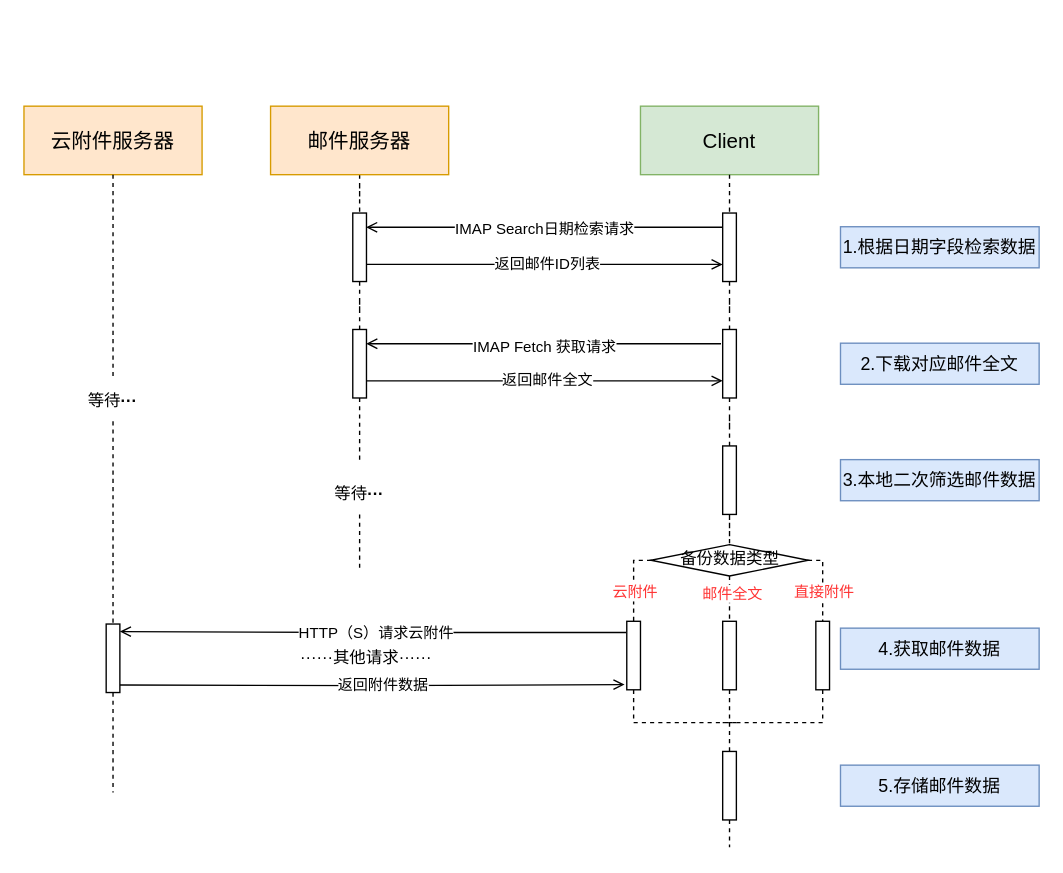
Above: page "第 21 页" (21 of 21) of 架构图1.drawio in GreenTee-color/Documents (draw.io), before the change. Source tidied: cells renumbered, new cells numbered last; positions are measured from the earlier drawing's top-left corner, leaving out a move shared by most shapes. Both pictures are drawn from the tidied source at 137%, with x=0, y=0 at pixel (23, 105).
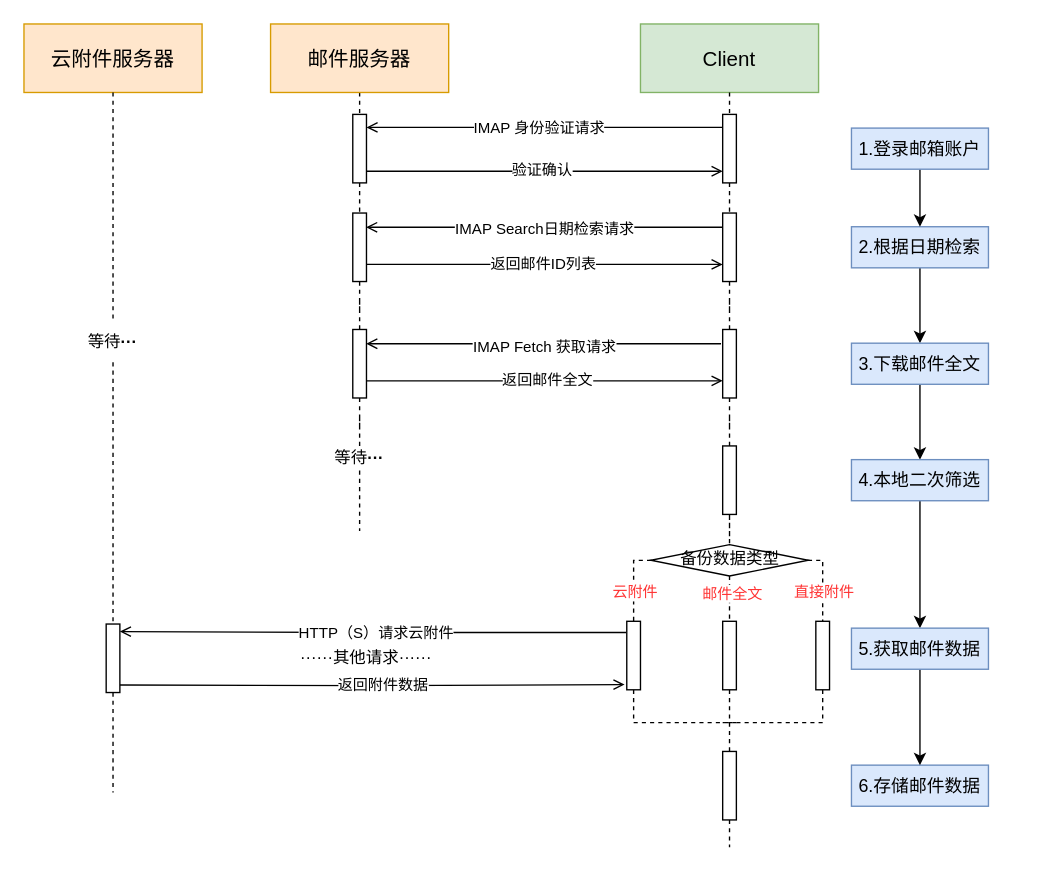
The same diagram, later.

Commit message:
更新架构图1.drawio

The change refers to these unchanged cells:
```xml
<mxCell id="9" style="rounded=0;whiteSpace=wrap;html=1;" parent="1" vertex="1">
  <mxGeometry x="510" y="78" width="10" height="50" as="geometry" />
</mxCell>
<mxCell id="10" style="rounded=0;jettySize=auto;html=1;entryX=0;entryY=0.75;entryDx=0;entryDy=0;exitX=1;exitY=0.75;exitDx=0;exitDy=0;endArrow=open;endFill=0;" parent="1" edge="1" source="24" target="9">
  <mxGeometry relative="1" as="geometry" />
</mxCell>
<mxCell id="26" style="rounded=0;whiteSpace=wrap;html=1;" parent="1" vertex="1">
  <mxGeometry x="240" y="163" width="10" height="50" as="geometry" />
</mxCell>
```

Diff of the diagram source:
```diff
@@
     <mxCell id="3" value="邮件服务器" style="rounded=0;whiteSpace=wrap;html=1;fontSize=15;fillColor=#ffe6cc;strokeColor=#d79b00;" parent="1" vertex="1">
-      <mxGeometry x="180" width="130" height="50" as="geometry" />
+      <mxGeometry x="180" y="-60" width="130" height="50" as="geometry" />
     </mxCell>
     <mxCell id="4" value="Client" style="rounded=0;whiteSpace=wrap;html=1;fontSize=15;fillColor=#d5e8d4;strokeColor=#82b366;" parent="1" vertex="1">
-      <mxGeometry x="450" width="130" height="50" as="geometry" />
+      <mxGeometry x="450" y="-60" width="130" height="50" as="geometry" />
     </mxCell>
-    <mxCell id="5" style="edgeStyle=orthogonalEdgeStyle;rounded=0;jettySize=auto;html=1;entryX=0.5;entryY=0;entryDx=0;entryDy=0;exitX=0.5;exitY=1;exitDx=0;exitDy=0;endArrow=none;endFill=0;dashed=1;" parent="1" edge="1" source="4" target="9">
+    <mxCell id="5" style="edgeStyle=orthogonalEdgeStyle;rounded=0;jettySize=auto;html=1;entryX=0.5;entryY=0;entryDx=0;entryDy=0;exitX=0.5;exitY=1;exitDx=0;exitDy=0;endArrow=none;endFill=0;dashed=1;" parent="1" edge="1" source="64" target="9">
       <mxGeometry relative="1" as="geometry" />
     </mxCell>
@@
     <mxCell id="11" value="返回邮件ID列表" style="edgeLabel;html=1;align=center;verticalAlign=middle;" parent="10" vertex="1">
       <mxGeometry x="0.15" y="1" relative="1" as="geometry">
-        <mxPoint x="-19" as="offset" />
+        <mxPoint x="-22" as="offset" />
       </mxGeometry>
     </mxCell>
+    <mxCell id="57" style="edgeStyle=orthogonalEdgeStyle;rounded=0;jettySize=auto;html=1;entryX=0.5;entryY=0;entryDx=0;entryDy=0;" parent="1" edge="1" source="12" target="21">
+      <mxGeometry relative="1" as="geometry" />
+    </mxCell>
-    <mxCell id="12" value="1.根据日期字段&lt;span style=&quot;background-color: initial; font-size: 13px;&quot;&gt;检索数据&lt;/span&gt;" style="text;html=1;align=center;verticalAlign=middle;whiteSpace=wrap;rounded=0;fontSize=13;fillColor=#dae8fc;strokeColor=#6c8ebf;" parent="1" vertex="1">
-      <mxGeometry x="596" y="88" width="145" height="30" as="geometry" />
+    <mxCell id="12" value="2.根据日期&lt;span style=&quot;background-color: initial; font-size: 13px;&quot;&gt;检索&lt;/span&gt;" style="text;html=1;align=center;verticalAlign=middle;whiteSpace=wrap;rounded=0;fontSize=13;fillColor=#dae8fc;strokeColor=#6c8ebf;" parent="1" vertex="1">
+      <mxGeometry x="604" y="88" width="100" height="30" as="geometry" />
     </mxCell>
@@
+    <mxCell id="58" style="edgeStyle=orthogonalEdgeStyle;rounded=0;jettySize=auto;html=1;entryX=0.5;entryY=0;entryDx=0;entryDy=0;" parent="1" edge="1" source="21" target="22">
+      <mxGeometry relative="1" as="geometry" />
+    </mxCell>
-    <mxCell id="21" value="2.下载对应&lt;span style=&quot;background-color: initial; font-size: 13px;&quot;&gt;邮件全文&lt;/span&gt;" style="text;html=1;align=center;verticalAlign=middle;whiteSpace=wrap;rounded=0;fontSize=13;fillColor=#dae8fc;strokeColor=#6c8ebf;" parent="1" vertex="1">
-      <mxGeometry x="596" y="173" width="145" height="30" as="geometry" />
+    <mxCell id="21" value="3.下载&lt;span style=&quot;background-color: initial; font-size: 13px;&quot;&gt;邮件全文&lt;/span&gt;" style="text;html=1;align=center;verticalAlign=middle;whiteSpace=wrap;rounded=0;fontSize=13;fillColor=#dae8fc;strokeColor=#6c8ebf;" parent="1" vertex="1">
+      <mxGeometry x="604" y="173" width="100" height="30" as="geometry" />
     </mxCell>
+    <mxCell id="59" style="edgeStyle=orthogonalEdgeStyle;rounded=0;jettySize=auto;html=1;entryX=0.5;entryY=0;entryDx=0;entryDy=0;" parent="1" edge="1" source="22" target="55">
+      <mxGeometry relative="1" as="geometry" />
+    </mxCell>
-    <mxCell id="22" value="3.本地二次筛选邮件数据" style="text;html=1;align=center;verticalAlign=middle;whiteSpace=wrap;rounded=0;fontSize=13;fillColor=#dae8fc;strokeColor=#6c8ebf;" parent="1" vertex="1">
-      <mxGeometry x="596" y="258" width="145" height="30" as="geometry" />
+    <mxCell id="22" value="4.本地二次筛选" style="text;html=1;align=center;verticalAlign=middle;whiteSpace=wrap;rounded=0;fontSize=13;fillColor=#dae8fc;strokeColor=#6c8ebf;" parent="1" vertex="1">
+      <mxGeometry x="604" y="258" width="100" height="30" as="geometry" />
     </mxCell>
@@
-    <mxCell id="25" style="edgeStyle=orthogonalEdgeStyle;rounded=0;jettySize=auto;html=1;endArrow=none;endFill=0;dashed=1;" parent="1" edge="1" source="26">
-      <mxGeometry relative="1" as="geometry">
-        <mxPoint x="245" y="258" as="targetPoint" />
-      </mxGeometry>
+    <mxCell id="25" style="edgeStyle=orthogonalEdgeStyle;rounded=0;jettySize=auto;html=1;endArrow=none;endFill=0;dashed=1;entryX=0.5;entryY=0;entryDx=0;entryDy=0;" parent="1" edge="1" source="26" target="28">
+      <mxGeometry relative="1" as="geometry" />
     </mxCell>
@@
     <mxCell id="27" style="edgeStyle=orthogonalEdgeStyle;rounded=0;jettySize=auto;html=1;dashed=1;endArrow=none;endFill=0;" parent="1" edge="1" source="28">
       <mxGeometry relative="1" as="geometry">
-        <mxPoint x="245" y="340" as="targetPoint" />
+        <mxPoint x="245" y="310" as="targetPoint" />
       </mxGeometry>
     </mxCell>
     <mxCell id="28" value="等待&lt;b&gt;···&lt;/b&gt;" style="text;html=1;align=center;verticalAlign=middle;whiteSpace=wrap;rounded=0;" parent="1" vertex="1">
-      <mxGeometry x="220" y="268" width="50" height="30" as="geometry" />
+      <mxGeometry x="220" y="248" width="50" height="18" as="geometry" />
     </mxCell>
@@
-    <mxCell id="46" value="5.存储邮件数据" style="text;html=1;align=center;verticalAlign=middle;whiteSpace=wrap;rounded=0;fontSize=13;fillColor=#dae8fc;strokeColor=#6c8ebf;" parent="1" vertex="1">
-      <mxGeometry x="596" y="481" width="145" height="30" as="geometry" />
+    <mxCell id="46" value="6.存储邮件数据" style="text;html=1;align=center;verticalAlign=middle;whiteSpace=wrap;rounded=0;fontSize=13;fillColor=#dae8fc;strokeColor=#6c8ebf;" parent="1" vertex="1">
+      <mxGeometry x="604" y="481" width="100" height="30" as="geometry" />
     </mxCell>
@@
     <mxCell id="50" value="云附件服务器" style="rounded=0;whiteSpace=wrap;html=1;fontSize=15;fillColor=#ffe6cc;strokeColor=#d79b00;" parent="1" vertex="1">
-      <mxGeometry width="130" height="50" as="geometry" />
+      <mxGeometry y="-60" width="130" height="50" as="geometry" />
     </mxCell>
@@
     <mxCell id="53" value="等待&lt;b&gt;···&lt;/b&gt;" style="text;html=1;align=center;verticalAlign=middle;whiteSpace=wrap;rounded=0;" parent="1" vertex="1">
-      <mxGeometry x="40" y="200" width="50" height="30" as="geometry" />
+      <mxGeometry x="40" y="157" width="50" height="30" as="geometry" />
     </mxCell>
@@
+    <mxCell id="60" style="edgeStyle=orthogonalEdgeStyle;rounded=0;jettySize=auto;html=1;entryX=0.5;entryY=0;entryDx=0;entryDy=0;" parent="1" edge="1" source="55" target="46">
+      <mxGeometry relative="1" as="geometry" />
+    </mxCell>
-    <mxCell id="55" value="4.获取邮件数据" style="text;html=1;align=center;verticalAlign=middle;whiteSpace=wrap;rounded=0;fontSize=13;fillColor=#dae8fc;strokeColor=#6c8ebf;" parent="1" vertex="1">
-      <mxGeometry x="596" y="381" width="145" height="30" as="geometry" />
+    <mxCell id="55" value="5.获取邮件数据" style="text;html=1;align=center;verticalAlign=middle;whiteSpace=wrap;rounded=0;fontSize=13;fillColor=#dae8fc;strokeColor=#6c8ebf;" parent="1" vertex="1">
+      <mxGeometry x="604" y="381" width="100" height="30" as="geometry" />
     </mxCell>
@@
+    <mxCell id="61" style="edgeStyle=orthogonalEdgeStyle;rounded=0;jettySize=auto;html=1;entryX=0.5;entryY=0;entryDx=0;entryDy=0;exitX=0.5;exitY=1;exitDx=0;exitDy=0;endArrow=none;endFill=0;dashed=1;" parent="1" edge="1" source="4" target="64">
+      <mxGeometry relative="1" as="geometry" />
+    </mxCell>
+    <mxCell id="62" style="edgeStyle=orthogonalEdgeStyle;rounded=0;orthogonalLoop=1;jettySize=auto;html=1;entryX=1;entryY=0.25;entryDx=0;entryDy=0;endArrow=open;endFill=0;" parent="1" edge="1">
+      <mxGeometry relative="1" as="geometry">
+        <mxPoint x="510" y="15.5" as="sourcePoint" />
+        <mxPoint x="250" y="15.5" as="targetPoint" />
+        <Array as="points">
+          <mxPoint x="380" y="16" />
+        </Array>
+      </mxGeometry>
+    </mxCell>
+    <mxCell id="63" value="IMAP 身份验证请求" style="edgeLabel;html=1;align=center;verticalAlign=middle;" parent="62" vertex="1">
+      <mxGeometry x="0.12" relative="1" as="geometry">
+        <mxPoint x="11" as="offset" />
+      </mxGeometry>
+    </mxCell>
+    <mxCell id="64" style="rounded=0;whiteSpace=wrap;html=1;" parent="1" vertex="1">
+      <mxGeometry x="510" y="6" width="10" height="50" as="geometry" />
+    </mxCell>
+    <mxCell id="65" style="rounded=0;whiteSpace=wrap;html=1;" parent="1" vertex="1">
+      <mxGeometry x="240" y="6" width="10" height="50" as="geometry" />
+    </mxCell>
+    <mxCell id="66" style="edgeStyle=orthogonalEdgeStyle;rounded=0;orthogonalLoop=1;jettySize=auto;html=1;entryX=0;entryY=0.75;entryDx=0;entryDy=0;exitX=1;exitY=0.75;exitDx=0;exitDy=0;endArrow=open;endFill=0;" parent="1" edge="1">
+      <mxGeometry relative="1" as="geometry">
+        <mxPoint x="250" y="47.5" as="sourcePoint" />
+        <mxPoint x="510" y="47.5" as="targetPoint" />
+        <Array as="points">
+          <mxPoint x="390" y="48" />
+          <mxPoint x="510" y="48" />
+        </Array>
+      </mxGeometry>
+    </mxCell>
+    <mxCell id="67" value="验证确认" style="edgeLabel;html=1;align=center;verticalAlign=middle;" parent="66" vertex="1">
+      <mxGeometry x="-0.12" y="1" relative="1" as="geometry">
+        <mxPoint x="13" as="offset" />
+      </mxGeometry>
+    </mxCell>
+    <mxCell id="68" style="edgeStyle=orthogonalEdgeStyle;rounded=0;jettySize=auto;html=1;entryX=0.5;entryY=0;entryDx=0;entryDy=0;" parent="1" edge="1" source="69" target="12">
+      <mxGeometry relative="1" as="geometry" />
+    </mxCell>
+    <mxCell id="69" value="1.登录邮箱账户" style="text;html=1;align=center;verticalAlign=middle;whiteSpace=wrap;rounded=0;fontSize=13;fillColor=#dae8fc;strokeColor=#6c8ebf;" parent="1" vertex="1">
+      <mxGeometry x="604" y="16" width="100" height="30" as="geometry" />
+    </mxCell>
```
